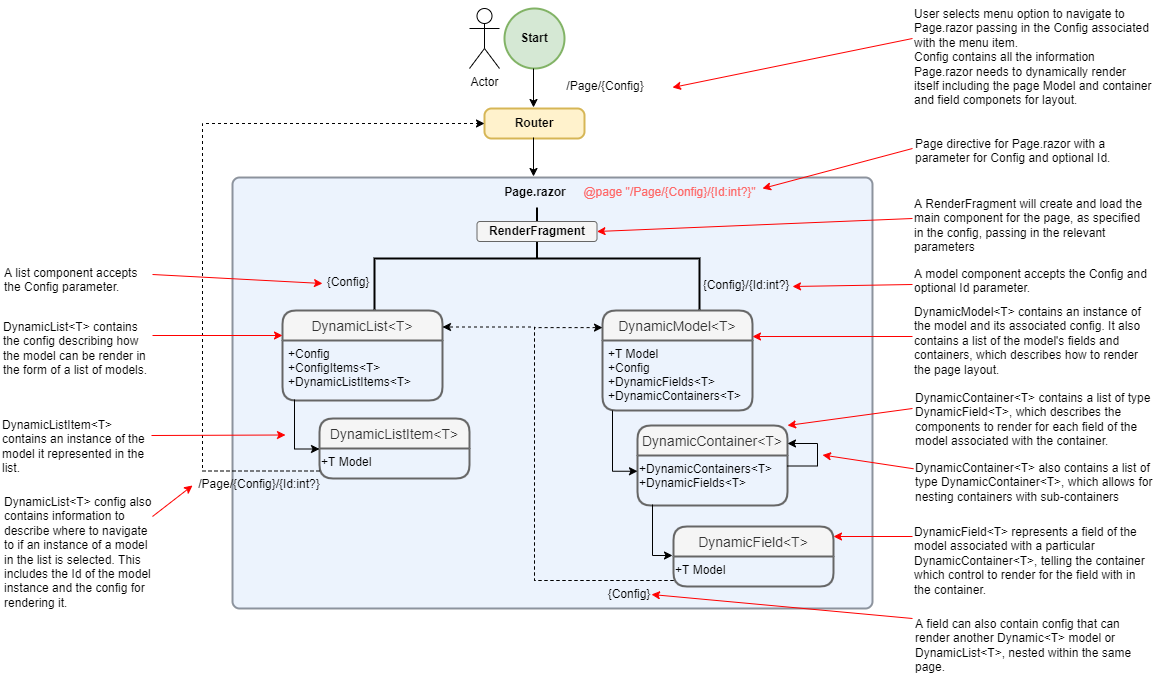
This is readme-images/PageRenderHierarchy.drawio.png from grantcolley/headway, a draw.io export, as it was before one commit. Source tidied: cells renumbered, new cells last; positions are measured from the earlier drawing's top-left corner, leaving out a move shared by most shapes.
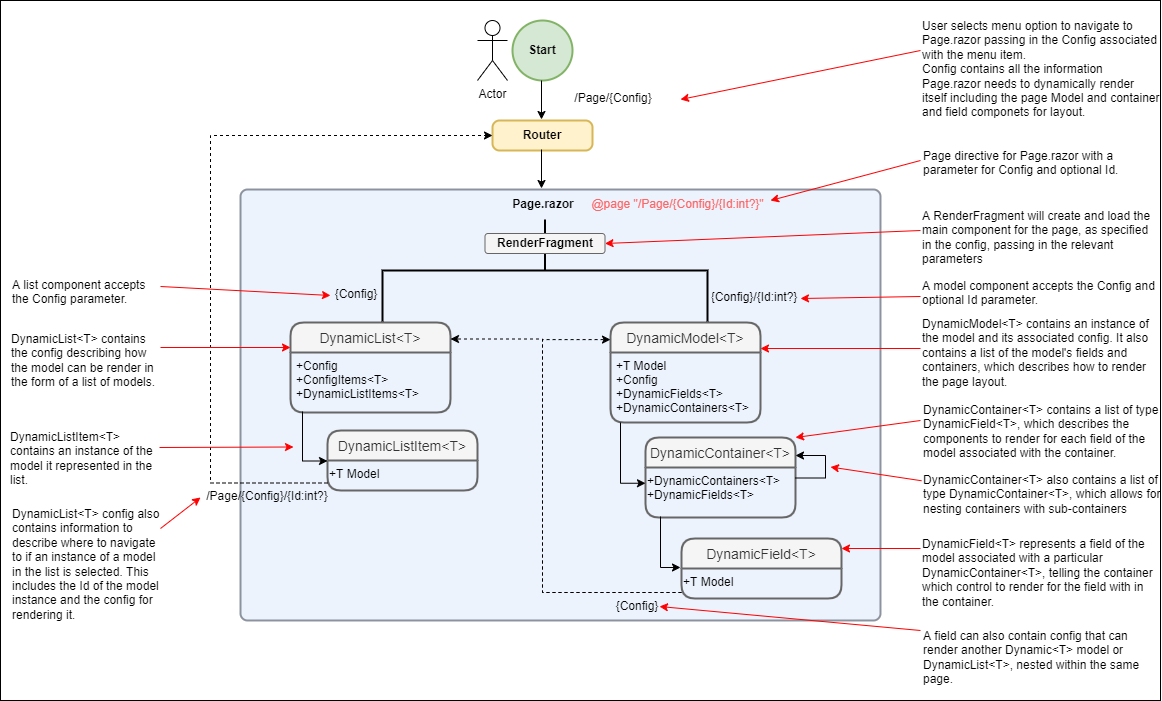
The same file after the commit.

Diff of the diagram source:
```diff
@@ -2,6 +2,9 @@
   <root>
     <mxCell id="0" />
     <mxCell id="1" parent="0" />
+    <mxCell id="60" style="rounded=0;whiteSpace=wrap;html=1;fontColor=#000000;" parent="1" vertex="1">
+      <mxGeometry x="-8" y="-12" width="1160" height="700" as="geometry" />
+    </mxCell>
     <mxCell id="2" value="&lt;b&gt;Start&lt;/b&gt;" style="strokeWidth=2;html=1;shape=mxgraph.flowchart.start_2;whiteSpace=wrap;fillColor=#d5e8d4;strokeColor=#82b366;" parent="1" vertex="1">
       <mxGeometry x="504" y="8" width="60" height="60" as="geometry" />
     </mxCell>
```
